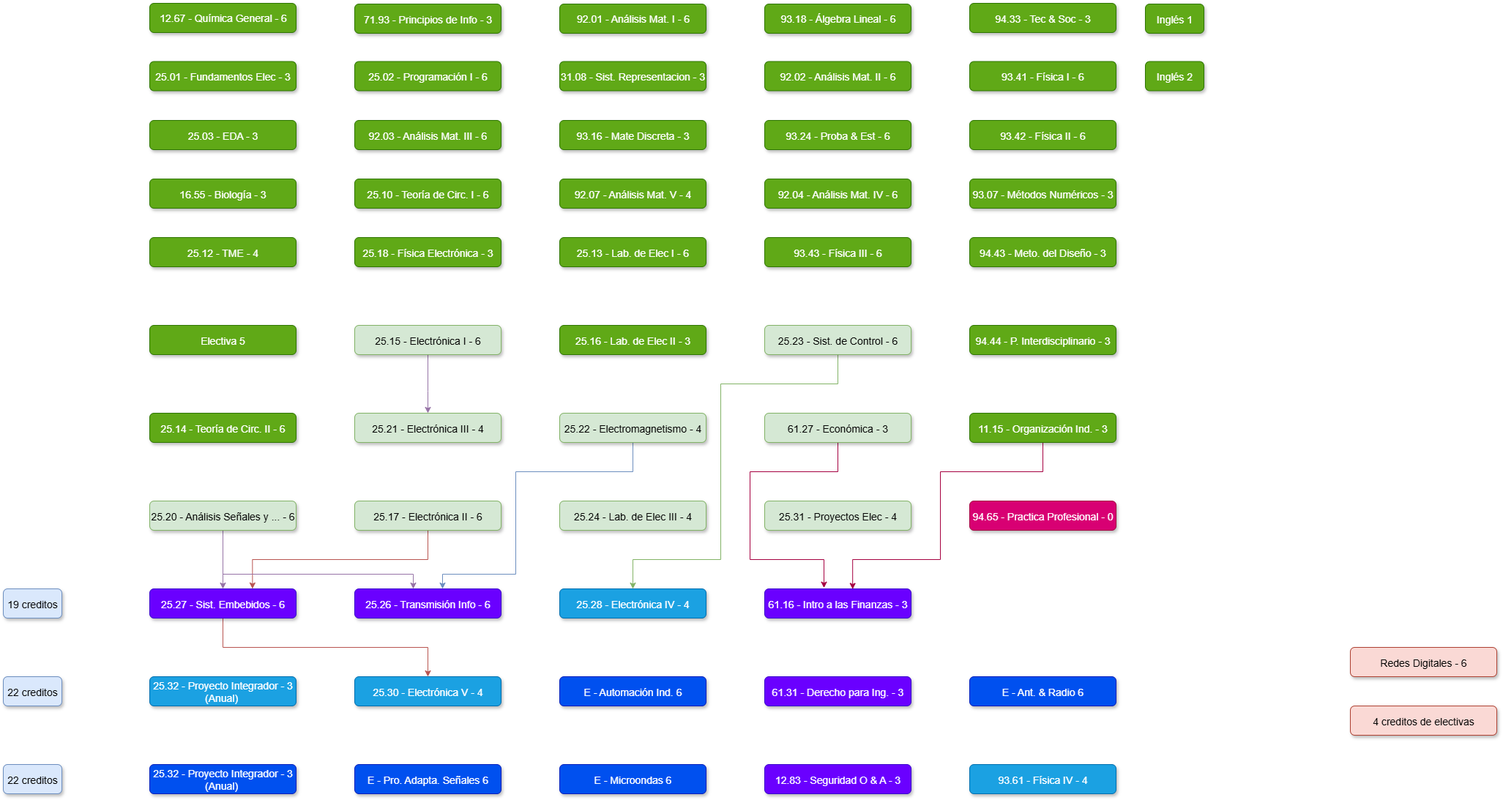
The draw.io diagram K22.drawio.png in juanipla/K22, before a commit. Source tidied: cells renumbered, new cells last; positions are measured from the earlier drawing's top-left corner, leaving out a move shared by most shapes.
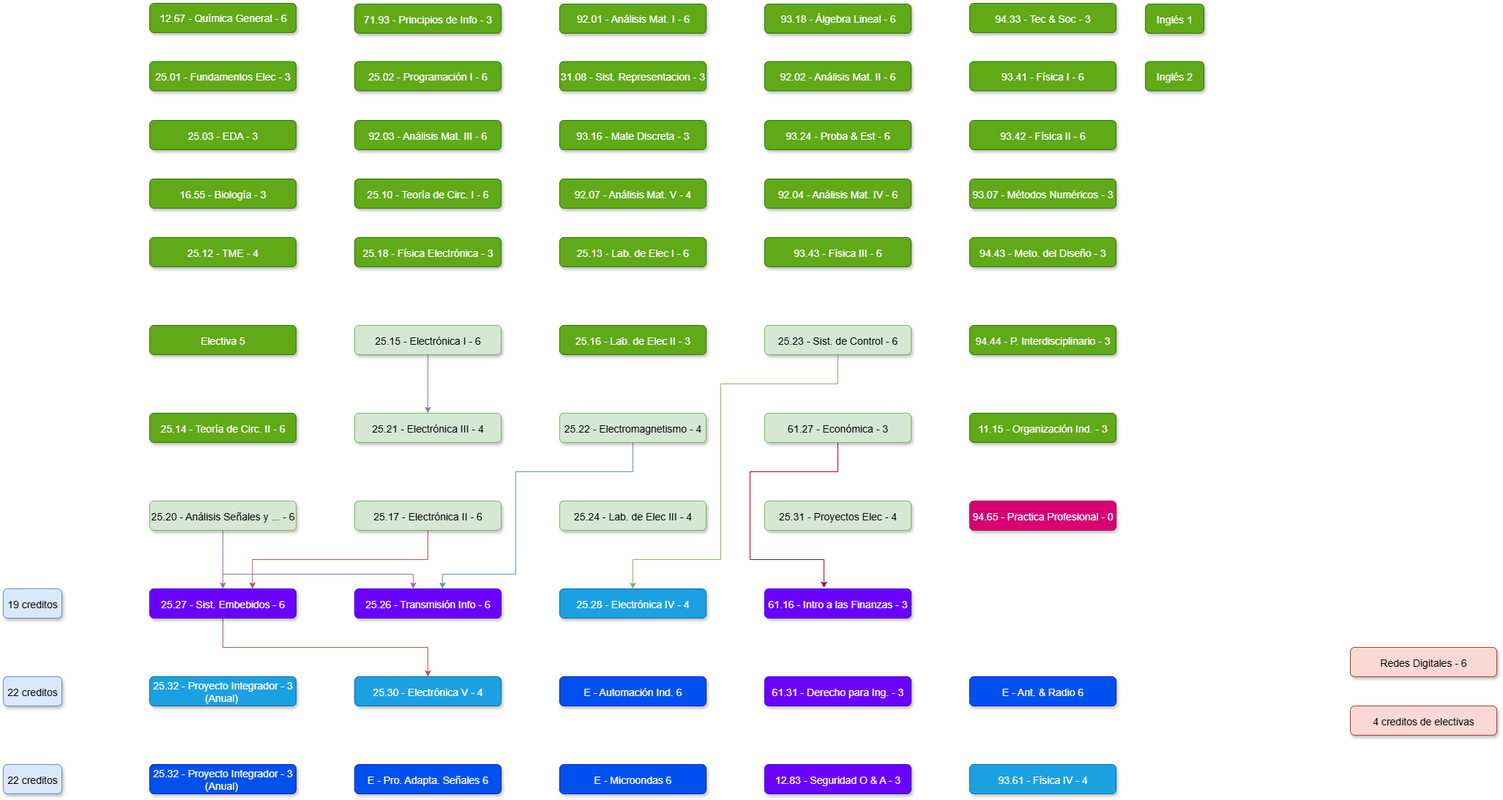
Above is the later version.

The edit, as a diff of the source:
```diff
@@ -155,16 +155,6 @@
     <mxCell id="38" value="61.27 - Económica - 3" style="rounded=1;fillColor=#d5e8d4;strokeColor=#82b366;shadow=1;fontStyle=0;fontSize=14;labelBorderColor=none;labelBackgroundColor=none;verticalAlign=middle;" parent="1" vertex="1">
       <mxGeometry x="1040" y="560" width="200" height="40" as="geometry" />
     </mxCell>
-    <mxCell id="39" style="edgeStyle=orthogonalEdgeStyle;rounded=0;jumpStyle=none;jettySize=auto;html=1;entryX=0.601;entryY=0.012;entryDx=0;entryDy=0;entryPerimeter=0;fillColor=#d80073;strokeColor=#A50040;exitX=0.5;exitY=1;exitDx=0;exitDy=0;" parent="1" edge="1" source="40" target="45">
-      <mxGeometry relative="1" as="geometry">
-        <Array as="points">
-          <mxPoint x="1420" y="640" />
-          <mxPoint x="1280" y="640" />
-          <mxPoint x="1280" y="760" />
-          <mxPoint x="1160" y="760" />
-        </Array>
-      </mxGeometry>
-    </mxCell>
     <mxCell id="40" value="11.15 - Organización Ind. - 3" style="rounded=1;fillColor=#60a917;strokeColor=#2D7600;shadow=1;fontStyle=0;fontSize=14;labelBorderColor=none;labelBackgroundColor=none;verticalAlign=middle;fontColor=#ffffff;" parent="1" vertex="1">
       <mxGeometry x="1320" y="560" width="200" height="40" as="geometry" />
     </mxCell>
```
